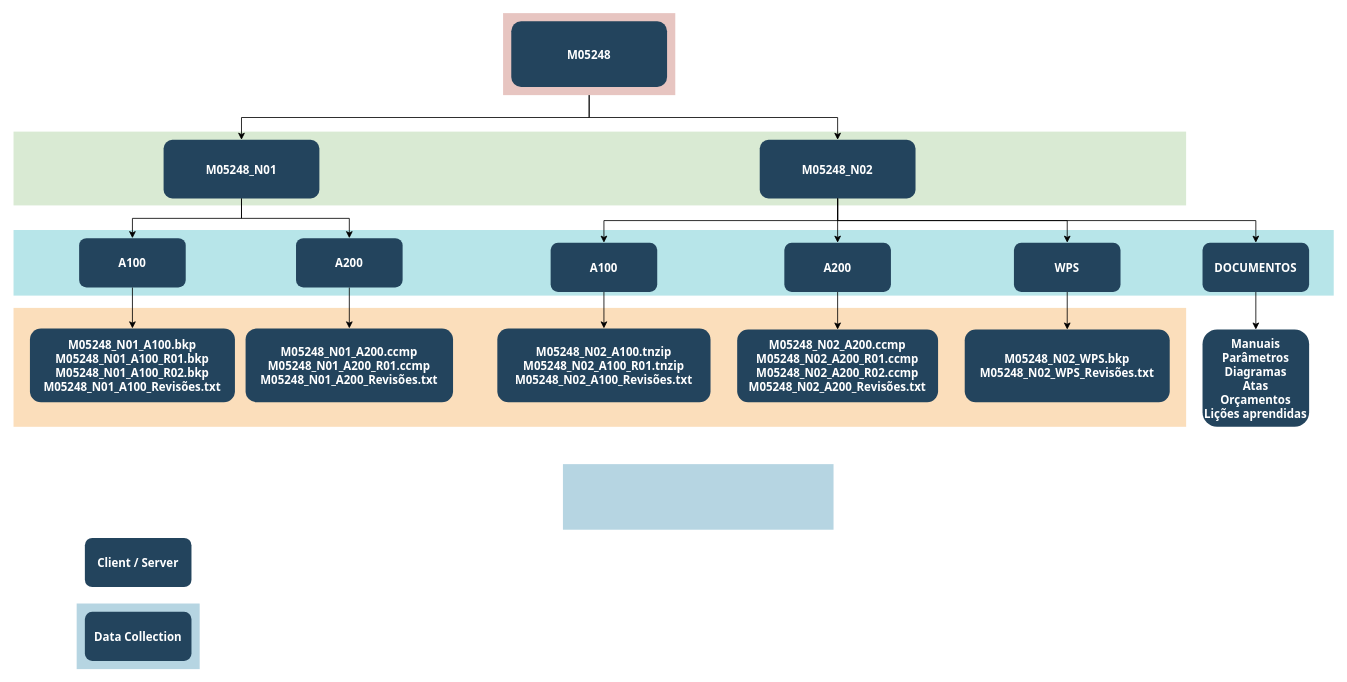
Earlier version of the draw.io diagram diagrama_backups.drawio (JonanMuller/WEGDiagrams). Source tidied: cells renumbered, new cells numbered last; positions are measured from the earlier drawing's top-left corner, leaving out a move shared by most shapes. Both pictures are drawn from the tidied source at 82%, with x=0, y=0 at pixel (13, 13).
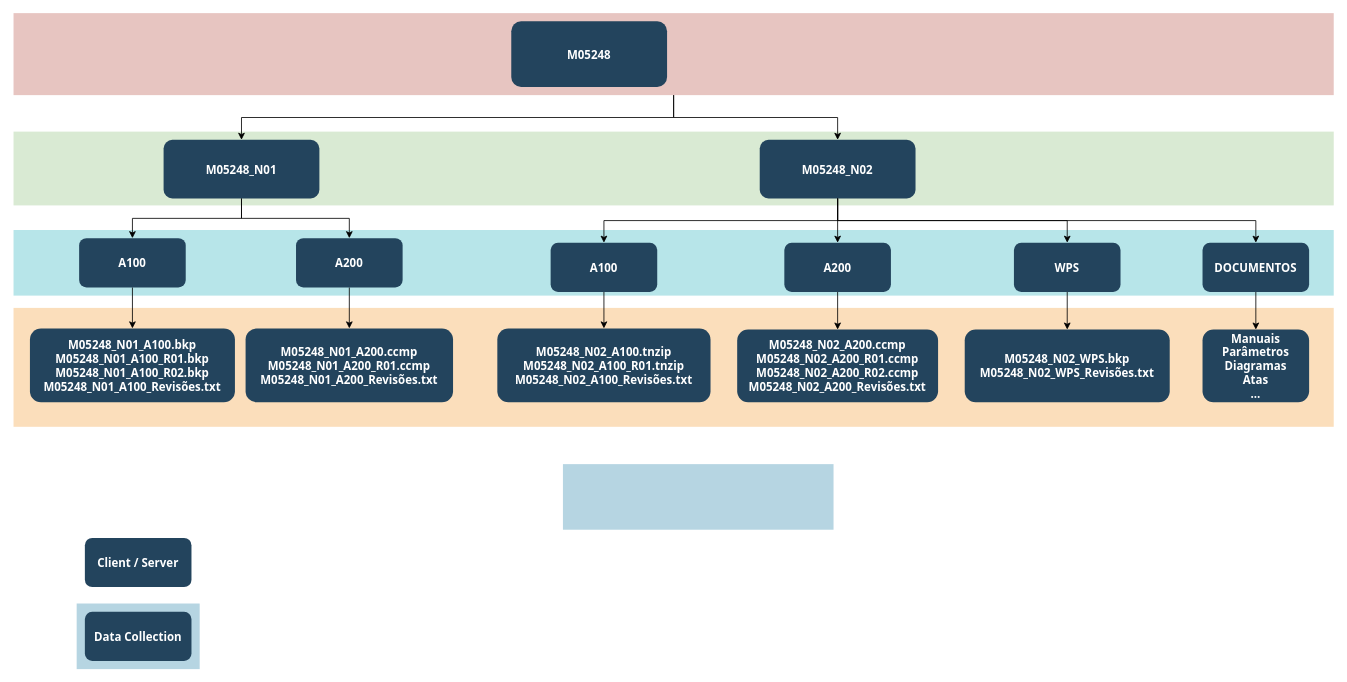
Above is the later version.

The edit, as a diff of the source:
```diff
@@
     <mxCell id="2" style="fillColor=#AE4132;strokeColor=none;opacity=30;" parent="1" vertex="1">
-      <mxGeometry x="597" y="-0.5" width="210" height="100" as="geometry" />
+      <mxGeometry y="-0.5" width="1610" height="100" as="geometry" />
     </mxCell>
     <mxCell id="3" style="fillColor=#F2931E;strokeColor=none;opacity=30;" parent="1" vertex="1">
-      <mxGeometry y="359" width="1430" height="145" as="geometry" />
+      <mxGeometry y="359" width="1610" height="145" as="geometry" />
     </mxCell>
@@
     <mxCell id="6" style="fillColor=#D9EAD3;strokeColor=none;" parent="1" vertex="1">
-      <mxGeometry y="144" width="1430" height="90" as="geometry" />
+      <mxGeometry y="144" width="1610" height="90" as="geometry" />
     </mxCell>
@@
-    <mxCell id="38" value="Manuais&#10;Parâmetros&#10;Diagramas&#10;Atas&#10;Orçamentos&#10;Lições aprendidas" style="rounded=1;fillColor=#23445D;gradientColor=none;strokeColor=none;fontColor=#FFFFFF;fontStyle=1;fontFamily=Tahoma;fontSize=14;" parent="1" vertex="1">
-      <mxGeometry x="1450" y="385.4" width="130" height="118.6" as="geometry" />
+    <mxCell id="38" value="Manuais&#10;Parâmetros&#10;Diagramas&#10;Atas&#10;..." style="rounded=1;fillColor=#23445D;gradientColor=none;strokeColor=none;fontColor=#FFFFFF;fontStyle=1;fontFamily=Tahoma;fontSize=14;" parent="1" vertex="1">
+      <mxGeometry x="1450" y="385.4" width="130" height="88.6" as="geometry" />
     </mxCell>
```
